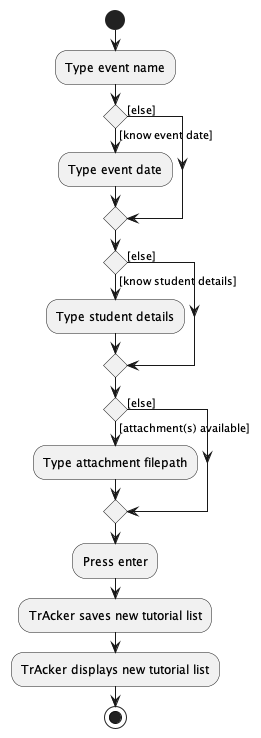
The PlantUML diagram docs/images/TrAcker-activity-diagrams/AddEventActivityDiagram.png in nus-cs2103-AY2223S2/tp, before a commit. Its diagram source:
```plantuml
@startuml

start
:Type event name;
if () then ([know event date])
    :Type event date;
else ([else])
    endif
if () then ([know student details])
    :Type student details;
else ([else])
    endif
if () then ([attachment(s) available])
    :Type attachment filepath;
else ([else])
    endif
:Press enter;
:TrAcker saves new tutorial list;
:TrAcker displays new tutorial list;
stop

@enduml
```
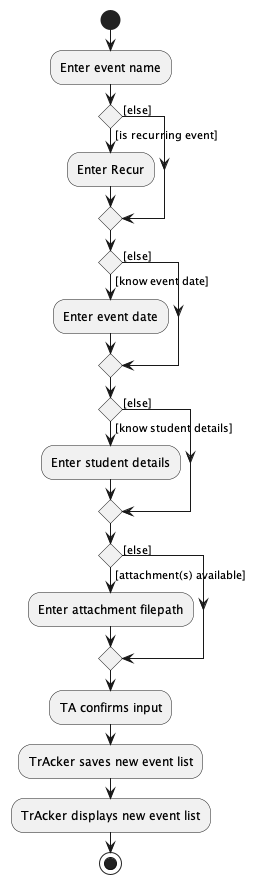
The same diagram one commit later.

Commit message:
Add activity diagrams to ug

Diff of the diagram source:
```diff
@@ -1,22 +1,26 @@
 @startuml
 
 start
-:Type event name;
+:Enter event name;
+if () then ([is recurring event])
+    :Enter Recur;
+else ([else])
+    endif
 if () then ([know event date])
-    :Type event date;
+    :Enter event date;
 else ([else])
     endif
 if () then ([know student details])
-    :Type student details;
+    :Enter student details;
 else ([else])
     endif
 if () then ([attachment(s) available])
-    :Type attachment filepath;
+    :Enter attachment filepath;
 else ([else])
     endif
-:Press enter;
-:TrAcker saves new tutorial list;
-:TrAcker displays new tutorial list;
+:TA confirms input;
+:TrAcker saves new event list;
+:TrAcker displays new event list;
 stop
 
 @enduml
```
